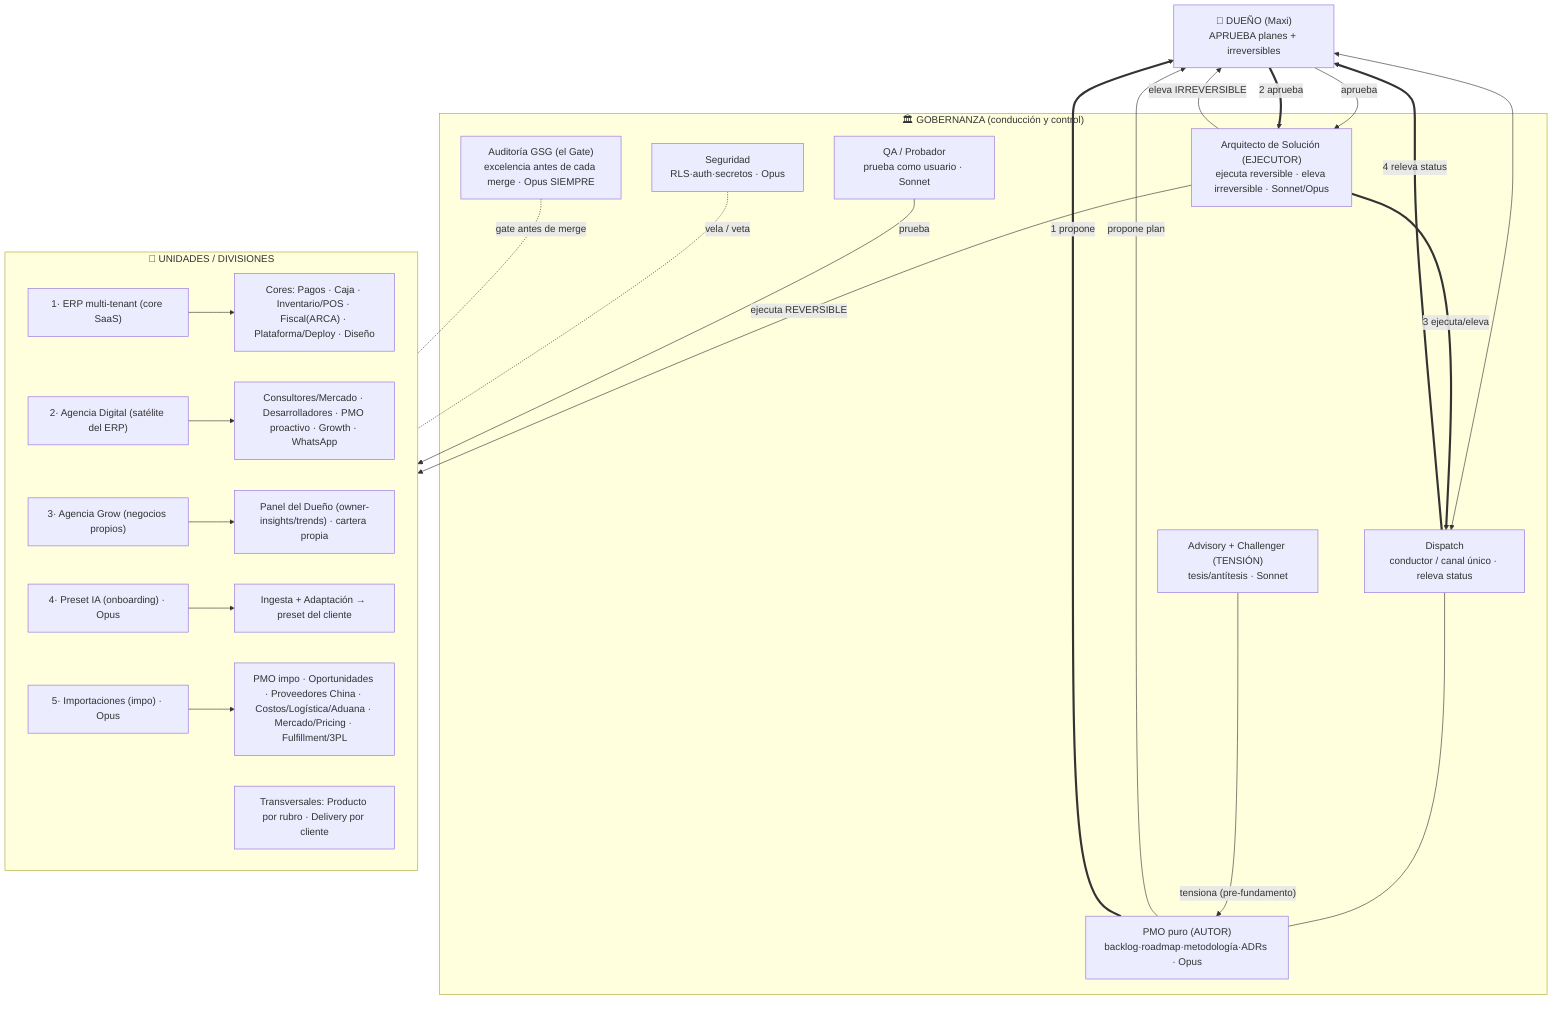
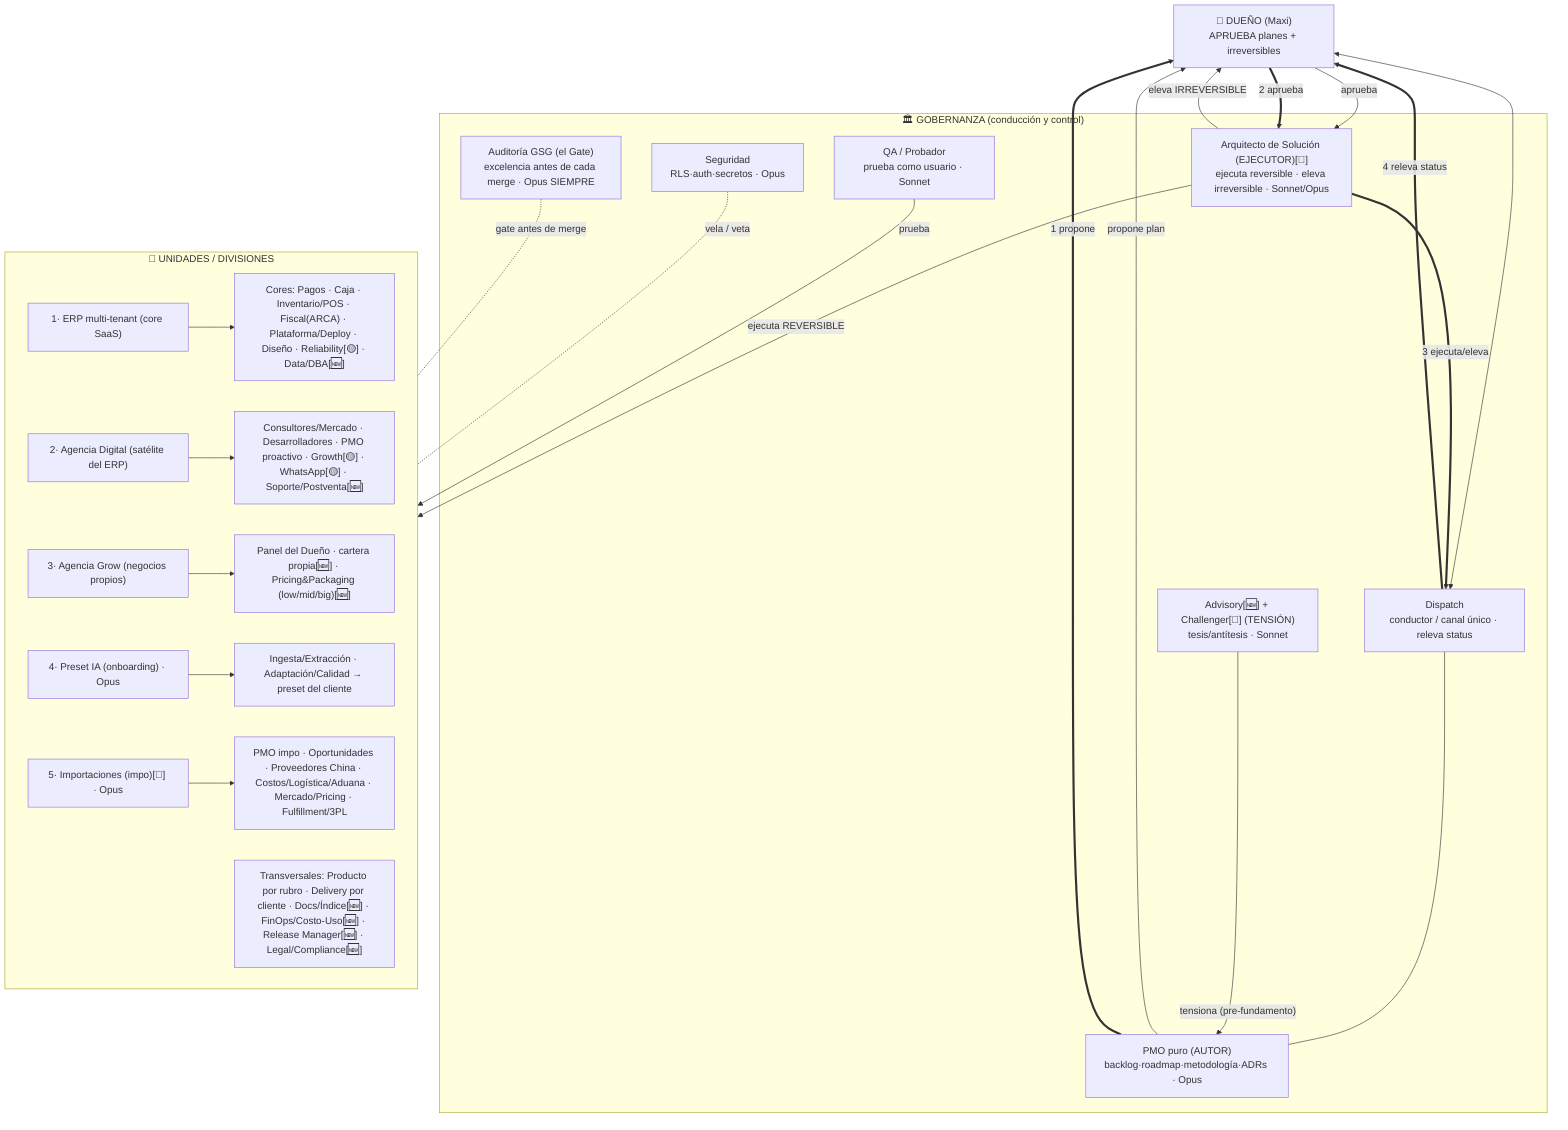
%% Estructura completa de GSG (Gestión Studio Grow) — organigrama + flujo canónico
- %% Fuente de verdad: ADR-032/039/045/048/049/050. Render: mermaid.live o cualquier viewer Mermaid.
+ %% Fuente de verdad: ADR-032/039/045/048/049/050/051/052 · roster-completo-gsg.md
+ %% Estado: (sin marca)=existe · [📐]=definido sin instanciar · [🟡]=parcial · [🆕]=PROPUESTO (falta, OK dueño)
+ %% Todo agente CALIBRA antes de actuar (ADR-052). Render: mermaid.live
flowchart TD
  OWNER["👤 DUEÑO (Maxi)\nAPRUEBA planes + irreversibles"]

  subgraph GOB["🏛️ GOBERNANZA (conducción y control)"]
    DISPATCH["Dispatch\nconductor / canal único · releva status"]
    PMO["PMO puro (AUTOR)\nbacklog·roadmap·metodología·ADRs · Opus"]
-     ARQ["Arquitecto de Solución (EJECUTOR)\nejecuta reversible · eleva irreversible · Sonnet/Opus"]
-     ADV["Advisory + Challenger (TENSIÓN)\ntesis/antítesis · Sonnet"]
+     ARQ["Arquitecto de Solución (EJECUTOR)[📐]\nejecuta reversible · eleva irreversible · Sonnet/Opus"]
+     ADV["Advisory[🆕] + Challenger[📐] (TENSIÓN)\ntesis/antítesis · Sonnet"]
    QA["QA / Probador\nprueba como usuario · Sonnet"]
    SEC["Seguridad\nRLS·auth·secretos · Opus"]
    GATE["Auditoría GSG (el Gate)\nexcelencia antes de cada merge · Opus SIEMPRE"]
  end

  subgraph UNI["🏢 UNIDADES / DIVISIONES"]
    ERP["1· ERP multi-tenant (core SaaS)"]
-     ERPC["Cores: Pagos · Caja · Inventario/POS · Fiscal(ARCA) · Plataforma/Deploy · Diseño"]
+     ERPC["Cores: Pagos · Caja · Inventario/POS · Fiscal(ARCA) · Plataforma/Deploy · Diseño · Reliability[🟡] · Data/DBA[🆕]"]
    DIG["2· Agencia Digital (satélite del ERP)"]
-     DIGC["Consultores/Mercado · Desarrolladores · PMO proactivo · Growth · WhatsApp"]
+     DIGC["Consultores/Mercado · Desarrolladores · PMO proactivo · Growth[🟡] · WhatsApp[🟡] · Soporte/Postventa[🆕]"]
    GROW["3· Agencia Grow (negocios propios)"]
-     GROWC["Panel del Dueño (owner-insights/trends) · cartera propia"]
+     GROWC["Panel del Dueño · cartera propia[🆕] · Pricing&Packaging (low/mid/big)[🆕]"]
    PRESET["4· Preset IA (onboarding) · Opus"]
-     PRESETC["Ingesta + Adaptación → preset del cliente"]
-     IMPO["5· Importaciones (impo) · Opus"]
+     PRESETC["Ingesta/Extracción · Adaptación/Calidad → preset del cliente"]
+     IMPO["5· Importaciones (impo)[📐] · Opus"]
    IMPOC["PMO impo · Oportunidades · Proveedores China · Costos/Logística/Aduana · Mercado/Pricing · Fulfillment/3PL"]
-     XCUT["Transversales: Producto por rubro · Delivery por cliente"]
+     XCUT["Transversales: Producto por rubro · Delivery por cliente · Docs/Índice[🆕] · FinOps/Costo-Uso[🆕] · Release Manager[🆕] · Legal/Compliance[🆕]"]
  end

  %% Gobernanza
  OWNER <--> DISPATCH
  DISPATCH --- PMO
  PMO -- "propone plan" --> OWNER
  OWNER -- "aprueba" --> ARQ
  ARQ -- "ejecuta REVERSIBLE" --> UNI
  ARQ -- "eleva IRREVERSIBLE" --> OWNER
  ADV -- "tensiona (pre-fundamento)" --> PMO
  QA -- "prueba" --> UNI
  SEC -. "vela / veta" .- UNI
  GATE -. "gate antes de merge" .- UNI

  %% Unidades → células
  ERP --> ERPC
  DIG --> DIGC
  GROW --> GROWC
  PRESET --> PRESETC
  IMPO --> IMPOC

  %% Flujo canónico (resumen)
  PMO ==> |"1 propone"| OWNER
  OWNER ==> |"2 aprueba"| ARQ
  ARQ ==> |"3 ejecuta/eleva"| DISPATCH
  DISPATCH ==> |"4 releva status"| OWNER
